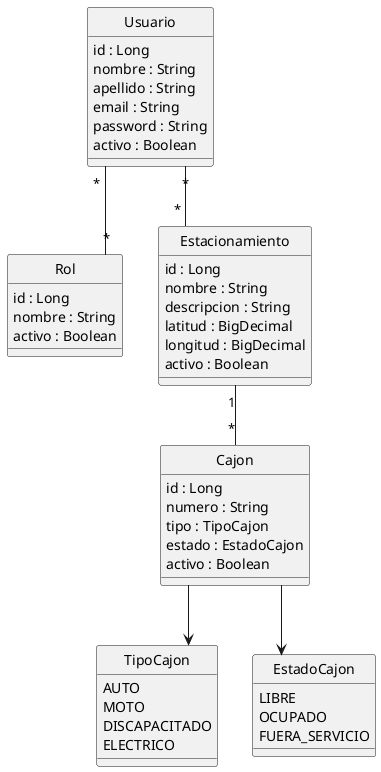
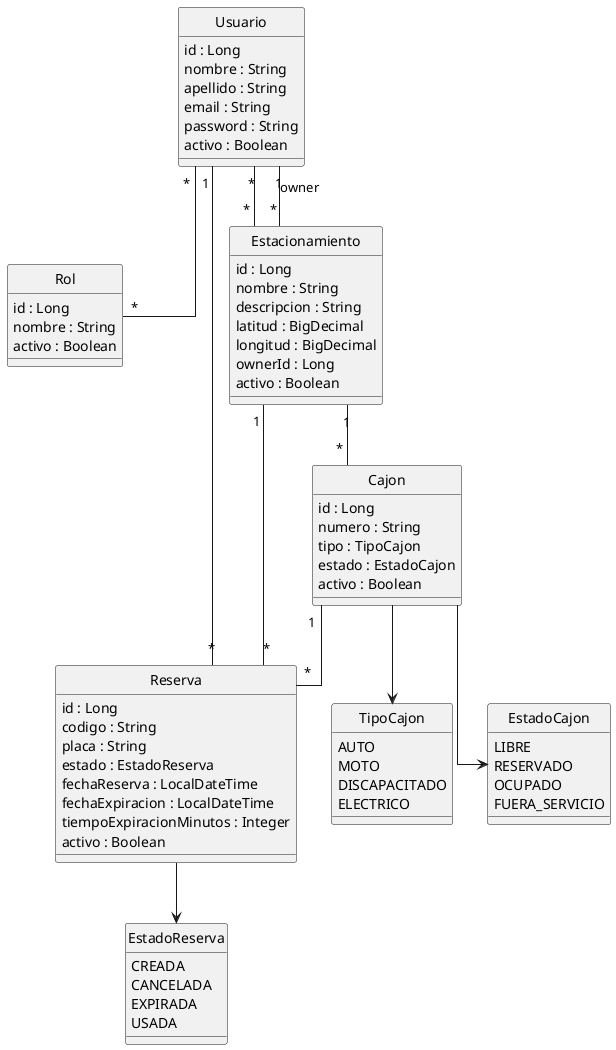
@startuml

hide circle
skinparam classAttributeIconSize 0
skinparam linetype ortho

class Usuario {
    id : Long
    nombre : String
    apellido : String
    email : String
    password : String
    activo : Boolean
}

class Rol {
    id : Long
    nombre : String
    activo : Boolean
}

class Estacionamiento {
    id : Long
    nombre : String
    descripcion : String
    latitud : BigDecimal
    longitud : BigDecimal
+     ownerId : Long
    activo : Boolean
}

class Cajon {
    id : Long
    numero : String
    tipo : TipoCajon
    estado : EstadoCajon
+     activo : Boolean
+ }
+ 
+ class Reserva {
+     id : Long
+     codigo : String
+     placa : String
+     estado : EstadoReserva
+     fechaReserva : LocalDateTime
+     fechaExpiracion : LocalDateTime
+     tiempoExpiracionMinutos : Integer
    activo : Boolean
}

enum TipoCajon {
    AUTO
    MOTO
    DISCAPACITADO
    ELECTRICO
}

enum EstadoCajon {
    LIBRE
+     RESERVADO
    OCUPADO
    FUERA_SERVICIO
}

+ enum EstadoReserva {
+     CREADA
+     CANCELADA
+     EXPIRADA
+     USADA
+ }
+ 
Usuario "*" -- "*" Rol
Usuario "*" -- "*" Estacionamiento
+ Usuario "1" -- "*" Estacionamiento : owner
Estacionamiento "1" -- "*" Cajon
+ Usuario "1" -- "*" Reserva
+ Estacionamiento "1" -- "*" Reserva
+ Cajon "1" -- "*" Reserva

Cajon --> TipoCajon
Cajon --> EstadoCajon
+ Reserva --> EstadoReserva

- @enduml+ @enduml
